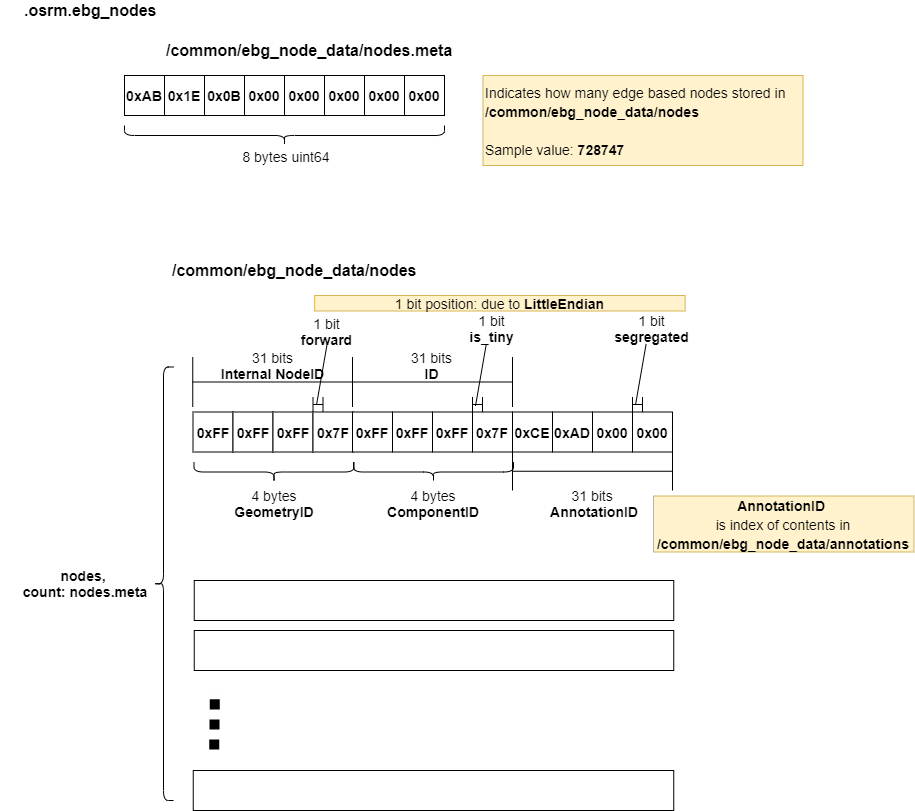
The draw.io diagram osrm/doc/osrm-toolchain-files/graph/map.osrm.ebg_nodes.common.ebg_node_data.nodes.png in Telenav/open-source-spec, before a commit. Source tidied: cells renumbered, new cells last; positions are measured from the earlier drawing's top-left corner, leaving out a move shared by most shapes.
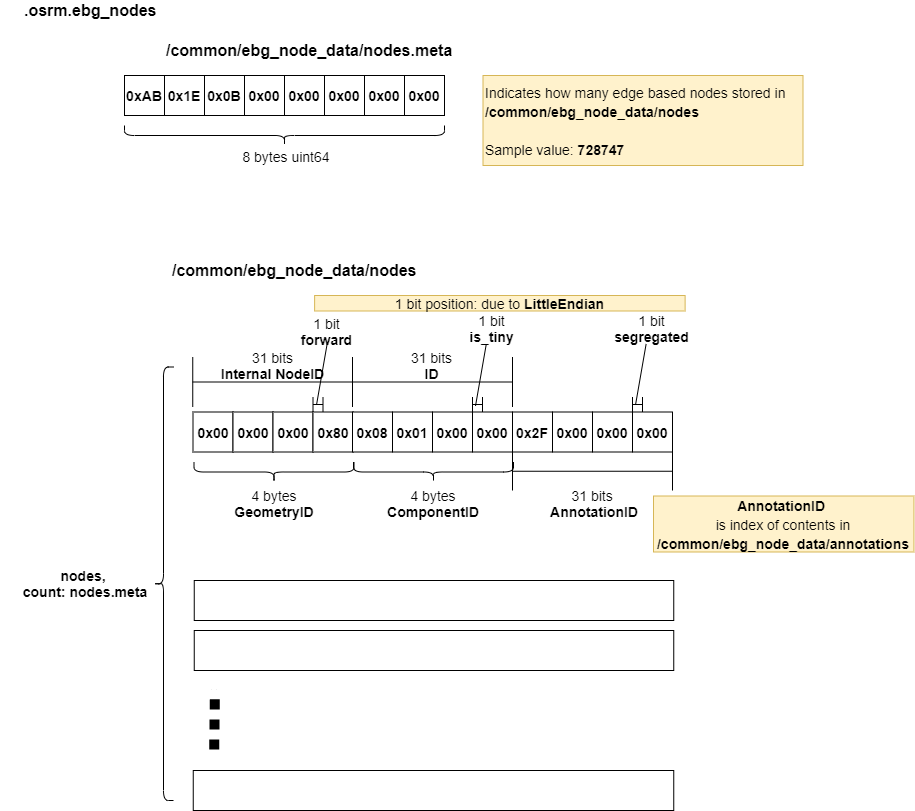
Above is the later version.

Commit message:
docs: update sample data in layout

Change to the diagram source:
```diff
@@ -68,16 +68,16 @@
     <mxCell id="21" style="rounded=0;whiteSpace=wrap;html=1;" parent="1" vertex="1">
       <mxGeometry x="192.8" y="795" width="480.5" height="40" as="geometry" />
     </mxCell>
-    <mxCell id="22" value="0xFF" style="rounded=0;whiteSpace=wrap;html=1;fontStyle=1;fontSize=14;" parent="1" vertex="1">
+    <mxCell id="22" value="0x00" style="rounded=0;whiteSpace=wrap;html=1;fontStyle=1;fontSize=14;" parent="1" vertex="1">
       <mxGeometry x="192.5" y="436.5" width="40" height="40" as="geometry" />
     </mxCell>
-    <mxCell id="23" value="0xFF" style="rounded=0;whiteSpace=wrap;html=1;fontStyle=1;fontSize=14;" parent="1" vertex="1">
+    <mxCell id="23" value="0x00" style="rounded=0;whiteSpace=wrap;html=1;fontStyle=1;fontSize=14;" parent="1" vertex="1">
       <mxGeometry x="232.5" y="436.5" width="40" height="40" as="geometry" />
     </mxCell>
-    <mxCell id="24" value="0xFF" style="rounded=0;whiteSpace=wrap;html=1;fontStyle=1;fontSize=14;" parent="1" vertex="1">
+    <mxCell id="24" value="0x00" style="rounded=0;whiteSpace=wrap;html=1;fontStyle=1;fontSize=14;" parent="1" vertex="1">
       <mxGeometry x="272.5" y="436.5" width="40" height="40" as="geometry" />
     </mxCell>
-    <mxCell id="25" value="0x7F" style="rounded=0;whiteSpace=wrap;html=1;fontStyle=1;fontSize=14;" parent="1" vertex="1">
+    <mxCell id="25" value="0x80" style="rounded=0;whiteSpace=wrap;html=1;fontStyle=1;fontSize=14;" parent="1" vertex="1">
       <mxGeometry x="312.5" y="436.5" width="40" height="40" as="geometry" />
     </mxCell>
     <mxCell id="26" style="shape=curlyBracket;whiteSpace=wrap;html=1;rounded=1;fontSize=14;rotation=-90;" parent="1" vertex="1">
@@ -103,16 +103,16 @@
     <mxCell id="32" value="&lt;font style=&quot;font-size: 14px&quot;&gt;&lt;span style=&quot;font-weight: normal&quot;&gt;1 bit position: due to&lt;/span&gt; LittleEndian&lt;br&gt;&lt;/font&gt;" style="text;html=1;strokeColor=#d6b656;fillColor=#fff2cc;align=center;verticalAlign=middle;whiteSpace=wrap;rounded=0;fontSize=16;fontStyle=1;" parent="1" vertex="1">
       <mxGeometry x="314.1" y="320" width="370.5" height="15.5" as="geometry" />
     </mxCell>
-    <mxCell id="33" value="0xFF" style="rounded=0;whiteSpace=wrap;html=1;fontStyle=1;fontSize=14;" parent="1" vertex="1">
+    <mxCell id="33" value="0x08" style="rounded=0;whiteSpace=wrap;html=1;fontStyle=1;fontSize=14;" parent="1" vertex="1">
       <mxGeometry x="352" y="436.5" width="40" height="40" as="geometry" />
     </mxCell>
-    <mxCell id="34" value="0xFF" style="rounded=0;whiteSpace=wrap;html=1;fontStyle=1;fontSize=14;" parent="1" vertex="1">
+    <mxCell id="34" value="0x01" style="rounded=0;whiteSpace=wrap;html=1;fontStyle=1;fontSize=14;" parent="1" vertex="1">
       <mxGeometry x="392" y="436.5" width="40" height="40" as="geometry" />
     </mxCell>
-    <mxCell id="35" value="0xFF" style="rounded=0;whiteSpace=wrap;html=1;fontStyle=1;fontSize=14;" parent="1" vertex="1">
+    <mxCell id="35" value="0x00" style="rounded=0;whiteSpace=wrap;html=1;fontStyle=1;fontSize=14;" parent="1" vertex="1">
       <mxGeometry x="432" y="436.5" width="40" height="40" as="geometry" />
     </mxCell>
-    <mxCell id="36" value="0x7F" style="rounded=0;whiteSpace=wrap;html=1;fontStyle=1;fontSize=14;" parent="1" vertex="1">
+    <mxCell id="36" value="0x00" style="rounded=0;whiteSpace=wrap;html=1;fontStyle=1;fontSize=14;" parent="1" vertex="1">
       <mxGeometry x="472" y="436.5" width="40" height="40" as="geometry" />
     </mxCell>
     <mxCell id="37" style="shape=curlyBracket;whiteSpace=wrap;html=1;rounded=1;fontSize=14;rotation=-90;" parent="1" vertex="1">
@@ -127,10 +127,10 @@
     <mxCell id="40" value="4 bytes&lt;br&gt;&lt;b&gt;ComponentID&lt;br&gt;&lt;/b&gt;" style="text;html=1;strokeColor=none;fillColor=none;align=center;verticalAlign=middle;whiteSpace=wrap;rounded=0;fontSize=14;" parent="1" vertex="1">
       <mxGeometry x="363" y="505" width="140" height="45" as="geometry" />
     </mxCell>
-    <mxCell id="41" value="0xCE" style="rounded=0;whiteSpace=wrap;html=1;fontStyle=1;fontSize=14;" parent="1" vertex="1">
+    <mxCell id="41" value="0x2F" style="rounded=0;whiteSpace=wrap;html=1;fontStyle=1;fontSize=14;" parent="1" vertex="1">
       <mxGeometry x="512" y="436.5" width="40" height="40" as="geometry" />
     </mxCell>
-    <mxCell id="42" value="0xAD" style="rounded=0;whiteSpace=wrap;html=1;fontStyle=1;fontSize=14;" parent="1" vertex="1">
+    <mxCell id="42" value="0x00" style="rounded=0;whiteSpace=wrap;html=1;fontStyle=1;fontSize=14;" parent="1" vertex="1">
       <mxGeometry x="552" y="436.5" width="40" height="40" as="geometry" />
     </mxCell>
     <mxCell id="43" value="0x00" style="rounded=0;whiteSpace=wrap;html=1;fontStyle=1;fontSize=14;" parent="1" vertex="1">
```
